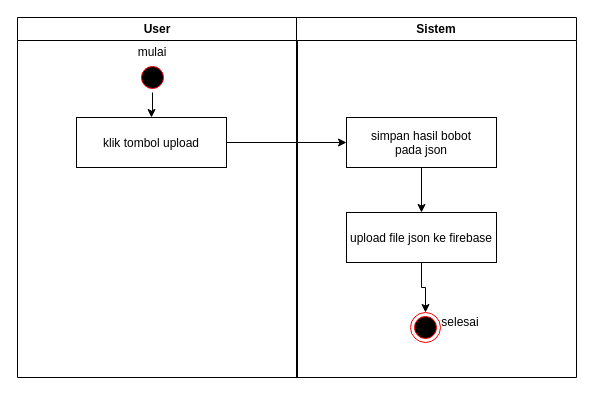
This is page "bobot" (5 of 7) of diagram/ActivityDiagram.drawio from fifinal/skripsi-cnn-toga, a draw.io file, before an edit. Source tidied: cells renumbered, new cells numbered last; positions are measured from the earlier drawing's top-left corner, leaving out a move shared by most shapes. Both pictures are drawn from the tidied source at 100%, with x=0, y=0 at pixel (17, 17).
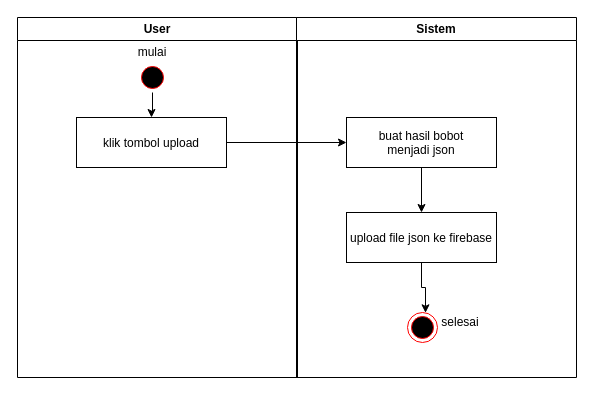
The same diagram, later.

Diff of the diagram source:
```diff
@@
 <mxGraphModel>
   <root>
     <mxCell id="0" />
     <mxCell id="1" parent="0" />
     <mxCell id="2" value="User" style="swimlane;whiteSpace=wrap;" parent="1" vertex="1">
       <mxGeometry width="280" height="360" as="geometry" />
     </mxCell>
     <mxCell id="3" style="edgeStyle=orthogonalEdgeStyle;rounded=0;jettySize=auto;html=1;entryX=0.5;entryY=0;entryDx=0;entryDy=0;" parent="2" edge="1" source="4" target="5">
       <mxGeometry relative="1" as="geometry" />
     </mxCell>
     <mxCell id="4" style="ellipse;shape=startState;fillColor=#000000;strokeColor=#ff0000;" parent="2" vertex="1">
       <mxGeometry x="120" y="45" width="30" height="30" as="geometry" />
     </mxCell>
     <mxCell id="5" value="klik tombol upload" parent="2" vertex="1">
       <mxGeometry x="59" y="100" width="150" height="50" as="geometry" />
     </mxCell>
     <mxCell id="6" value="mulai" style="text;html=1;strokeColor=none;fillColor=none;align=center;verticalAlign=middle;whiteSpace=wrap;rounded=0;" parent="2" vertex="1">
       <mxGeometry x="115" y="25" width="40" height="20" as="geometry" />
     </mxCell>
     <mxCell id="7" value="Sistem" style="swimlane;whiteSpace=wrap;" parent="1" vertex="1">
       <mxGeometry x="279" width="280" height="360" as="geometry" />
     </mxCell>
     <mxCell id="8" style="edgeStyle=orthogonalEdgeStyle;rounded=0;jettySize=auto;html=1;" parent="7" edge="1" source="9" target="11">
       <mxGeometry relative="1" as="geometry" />
     </mxCell>
-    <mxCell id="9" value="simpan hasil bobot&#10;pada json" parent="7" vertex="1">
+    <mxCell id="9" value="buat hasil bobot&#10;menjadi json" parent="7" vertex="1">
       <mxGeometry x="50" y="100" width="150" height="50" as="geometry" />
     </mxCell>
     <mxCell id="10" style="edgeStyle=orthogonalEdgeStyle;rounded=0;jettySize=auto;html=1;" parent="7" edge="1" source="11" target="12">
       <mxGeometry relative="1" as="geometry">
         <Array as="points">
           <mxPoint x="125" y="270" />
           <mxPoint x="129" y="270" />
         </Array>
       </mxGeometry>
     </mxCell>
     <mxCell id="11" value="upload file json ke firebase" parent="7" vertex="1">
       <mxGeometry x="50" y="195" width="150" height="50" as="geometry" />
     </mxCell>
     <mxCell id="12" style="ellipse;html=1;shape=endState;fillColor=#000000;strokeColor=#ff0000;" parent="7" vertex="1">
-      <mxGeometry x="114" y="295" width="30" height="30" as="geometry" />
+      <mxGeometry x="111" y="295" width="30" height="30" as="geometry" />
     </mxCell>
     <mxCell id="13" value="selesai" style="text;html=1;strokeColor=none;fillColor=none;align=center;verticalAlign=middle;whiteSpace=wrap;rounded=0;" parent="7" vertex="1">
       <mxGeometry x="144" y="295" width="40" height="20" as="geometry" />
     </mxCell>
     <mxCell id="14" style="edgeStyle=orthogonalEdgeStyle;rounded=0;jettySize=auto;html=1;entryX=0;entryY=0.5;entryDx=0;entryDy=0;" parent="1" edge="1" source="5" target="9">
       <mxGeometry relative="1" as="geometry" />
     </mxCell>
   </root>
 </mxGraphModel>
```
